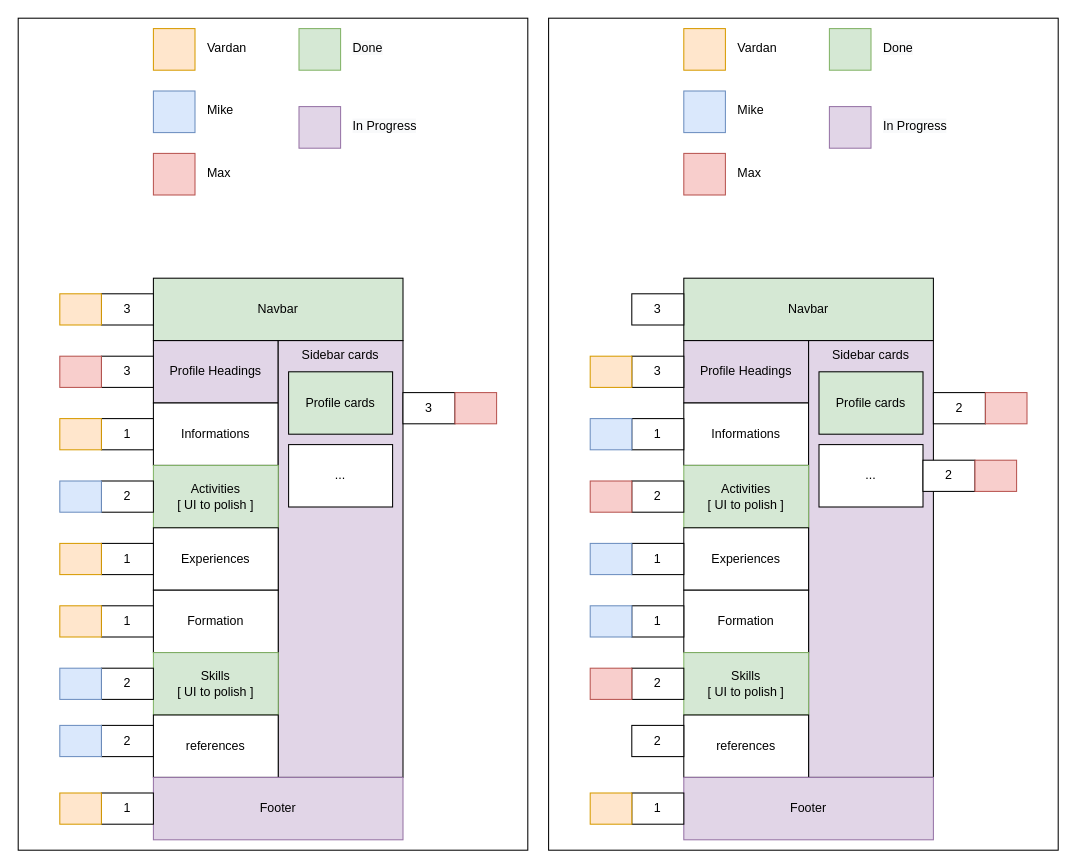
This is Strikedin-Mockup.drawio from MaksymSharinDev/strive-apr21-BW2, a draw.io file, before an edit. Source tidied: cells renumbered, new cells numbered last; positions are measured from the earlier drawing's top-left corner, leaving out a move shared by most shapes. Both pictures are drawn from the tidied source at 104%, with x=0, y=0 at pixel (18, 18).
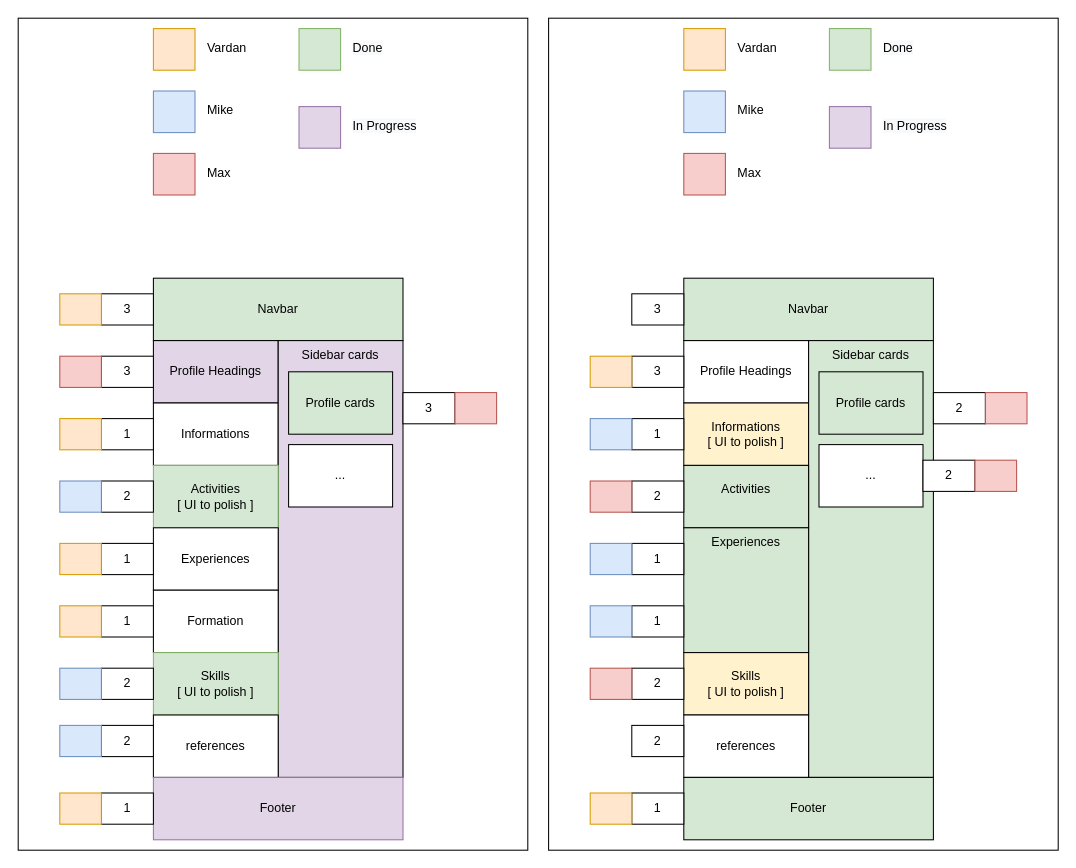
The same diagram, later.

Diff of the diagram source:
```diff
@@
-    <mxCell id="47" value="Profile Headings" style="rounded=0;whiteSpace=wrap;html=1;fillColor=#e1d5e7;" parent="1" vertex="1">
+    <mxCell id="47" value="Profile Headings" style="rounded=0;whiteSpace=wrap;html=1;" parent="1" vertex="1">
       <mxGeometry x="640" y="310" width="120" height="60" as="geometry" />
     </mxCell>
-    <mxCell id="48" value="Informations" style="rounded=0;whiteSpace=wrap;html=1;" parent="1" vertex="1">
+    <mxCell id="48" value="Informations&lt;br&gt;[ UI to polish ]" style="rounded=0;whiteSpace=wrap;html=1;fillColor=#fff2cc;" parent="1" vertex="1">
       <mxGeometry x="640" y="370" width="120" height="60" as="geometry" />
     </mxCell>
-    <mxCell id="49" value="Sidebar cards" style="rounded=0;whiteSpace=wrap;html=1;verticalAlign=top;fillColor=#e1d5e7;" parent="1" vertex="1">
+    <mxCell id="49" value="Sidebar cards" style="rounded=0;whiteSpace=wrap;html=1;verticalAlign=top;fillColor=#d5e8d4;" parent="1" vertex="1">
       <mxGeometry x="760" y="310" width="120" height="420" as="geometry" />
     </mxCell>
-    <mxCell id="50" value="Activities &lt;br&gt;[ UI to polish ]" style="rounded=0;whiteSpace=wrap;html=1;fillColor=#d5e8d4;strokeColor=#82b366;" parent="1" vertex="1">
+    <mxCell id="50" value="Activities &#10;" style="rounded=0;whiteSpace=wrap;fillColor=#d5e8d4;strokeColor=#000000;verticalAlign=middle;" parent="1" vertex="1">
       <mxGeometry x="640" y="430" width="120" height="60" as="geometry" />
     </mxCell>
-    <mxCell id="51" value="Experiences" style="rounded=0;whiteSpace=wrap;html=1;" parent="1" vertex="1">
-      <mxGeometry x="640" y="490" width="120" height="60" as="geometry" />
+    <mxCell id="51" value="Experiences&lt;br&gt;" style="rounded=0;whiteSpace=wrap;html=1;fillColor=#d5e8d4;verticalAlign=top;" parent="1" vertex="1">
+      <mxGeometry x="640" y="490" width="120" height="120" as="geometry" />
     </mxCell>
-    <mxCell id="52" value="Formation" style="rounded=0;whiteSpace=wrap;html=1;" parent="1" vertex="1">
-      <mxGeometry x="640" y="550" width="120" height="60" as="geometry" />
-    </mxCell>
-    <mxCell id="53" value="Skills&lt;br&gt;[ UI to polish ]" style="rounded=0;whiteSpace=wrap;html=1;fillColor=#d5e8d4;strokeColor=#82b366;" parent="1" vertex="1">
+    <mxCell id="53" value="Skills&lt;br&gt;[ UI to polish ]" style="rounded=0;whiteSpace=wrap;html=1;fillColor=#fff2cc;" parent="1" vertex="1">
       <mxGeometry x="640" y="610" width="120" height="60" as="geometry" />
     </mxCell>
-    <mxCell id="54" value="references" style="rounded=0;whiteSpace=wrap;html=1;" parent="1" vertex="1">
+    <mxCell id="54" value="references&lt;br&gt;" style="rounded=0;whiteSpace=wrap;html=1;" parent="1" vertex="1">
       <mxGeometry x="640" y="670" width="120" height="60" as="geometry" />
     </mxCell>
@@
-    <mxCell id="77" value="Footer" style="rounded=0;whiteSpace=wrap;html=1;fillColor=#e1d5e7;strokeColor=#9673a6;" parent="1" vertex="1">
+    <mxCell id="77" value="Footer" style="rounded=0;whiteSpace=wrap;html=1;fillColor=#d5e8d4;strokeColor=#000000;" parent="1" vertex="1">
       <mxGeometry x="640" y="730" width="240" height="60" as="geometry" />
     </mxCell>
```
